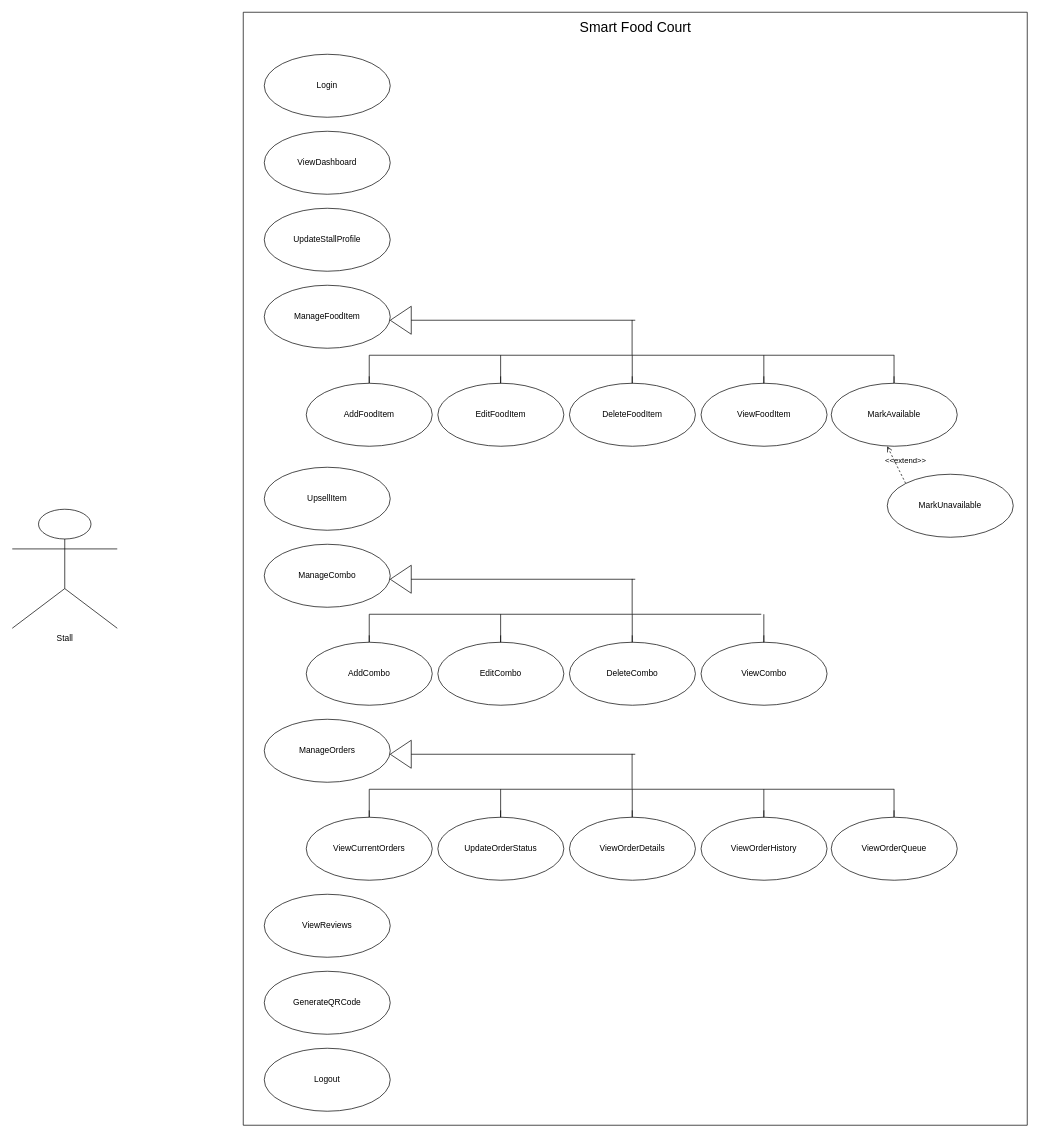
Before: usecase/Stall-UseCase.drawio in arafatmansuri/SmartFoodCourt-System-Design, a draw.io diagram. Source tidied: cells renumbered, new cells numbered last; positions are measured from the earlier drawing's top-left corner, leaving out a move shared by most shapes. Both pictures are drawn from the tidied source at 70%, with x=0, y=0 at pixel (12, 12).
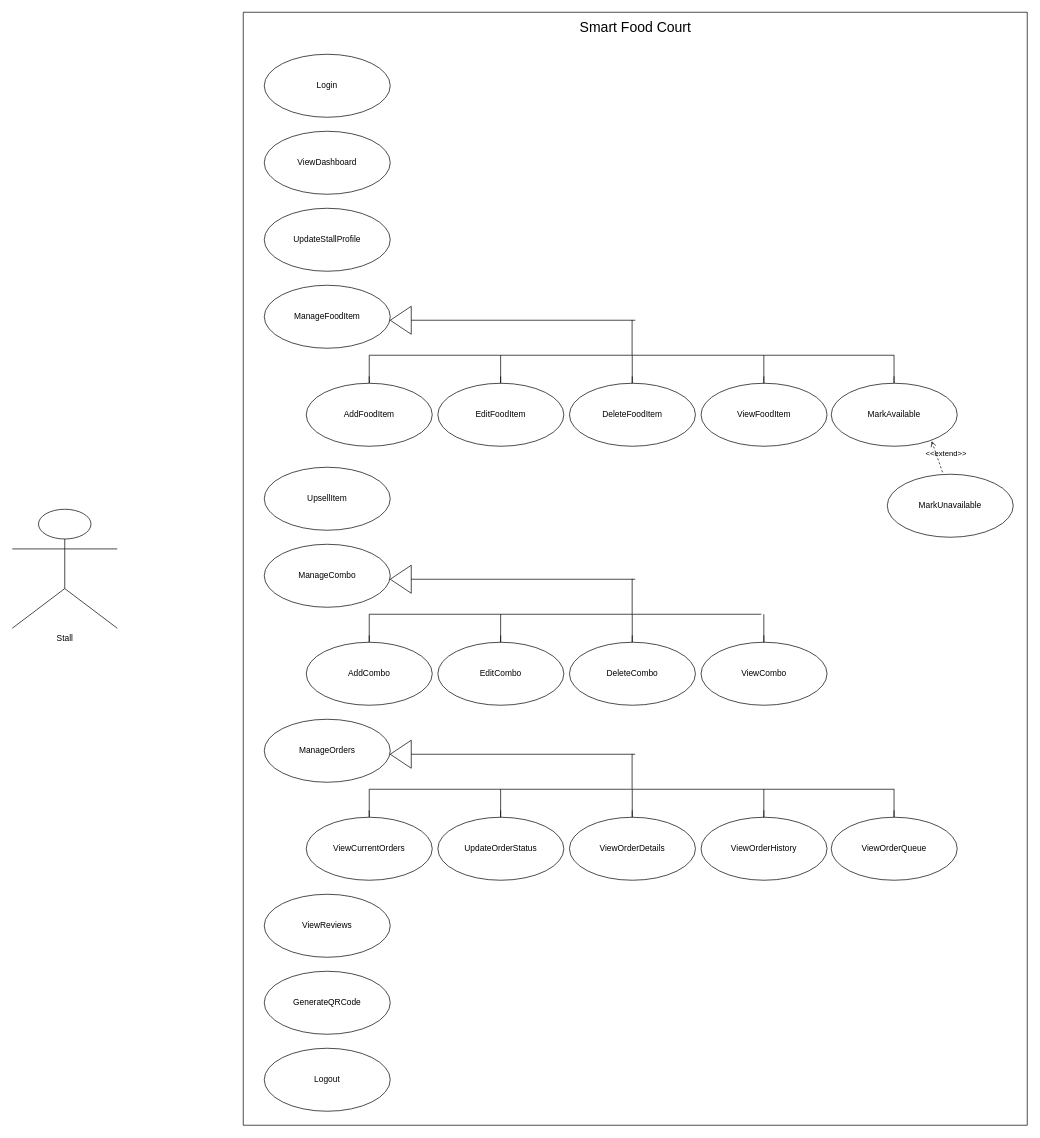
Above is the later version.

Unchanged cells that the change refers to:
```xml
<mxCell id="2" style="swimlane;startSize=0;labelBackgroundColor=none;" parent="1" vertex="1">
  <mxGeometry x="330" width="1120" height="1590" as="geometry" />
</mxCell>
<mxCell id="21" value="MarkAvailable" style="ellipse;whiteSpace=wrap;html=1;labelBackgroundColor=none;rotation=0;direction=west;" parent="2" vertex="1">
  <mxGeometry x="840" y="530" width="180" height="90" as="geometry" />
</mxCell>
<mxCell id="23" value="MarkUnavailable" style="ellipse;whiteSpace=wrap;html=1;labelBackgroundColor=none;" parent="2" vertex="1">
  <mxGeometry x="920" y="660" width="180" height="90" as="geometry" />
</mxCell>
```

Change to the diagram source:
```diff
@@
-    <mxCell id="22" value="&amp;lt;&amp;lt;extend&amp;gt;&amp;gt;" style="html=1;verticalAlign=bottom;labelBackgroundColor=none;endArrow=none;endFill=0;dashed=1;rounded=0;entryX=0;entryY=0;entryDx=0;entryDy=0;fontColor=default;startArrow=open;startFill=0;exitX=0.556;exitY=0;exitDx=0;exitDy=0;exitPerimeter=0;" parent="2" edge="1" source="21" target="23">
+    <mxCell id="22" value="&amp;lt;&amp;lt;extend&amp;gt;&amp;gt;" style="html=1;verticalAlign=bottom;labelBackgroundColor=none;endArrow=none;endFill=0;dashed=1;rounded=0;entryX=0.444;entryY=0;entryDx=0;entryDy=0;fontColor=default;startArrow=open;startFill=0;entryPerimeter=0;exitX=0.203;exitY=0.083;exitDx=0;exitDy=0;exitPerimeter=0;" parent="2" edge="1" source="21" target="23">
       <mxGeometry x="0.3" y="10" relative="1" as="geometry" />
     </mxCell>
```
